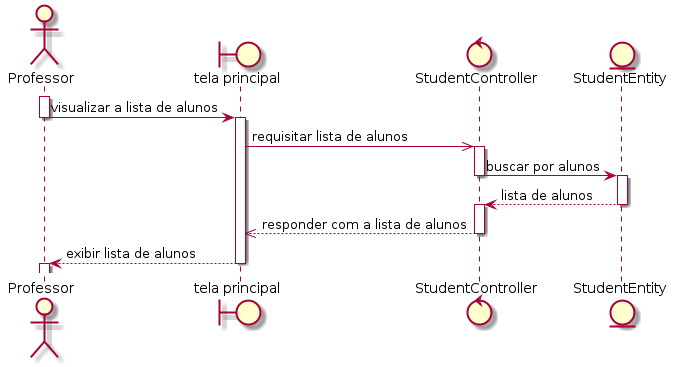
rodrigoRolim/CAdiagrams keeps this PlantUML diagram as out/sequence/professor/professor.viewallstudents/professor.viewallstudents.png. Above is the earlier version.
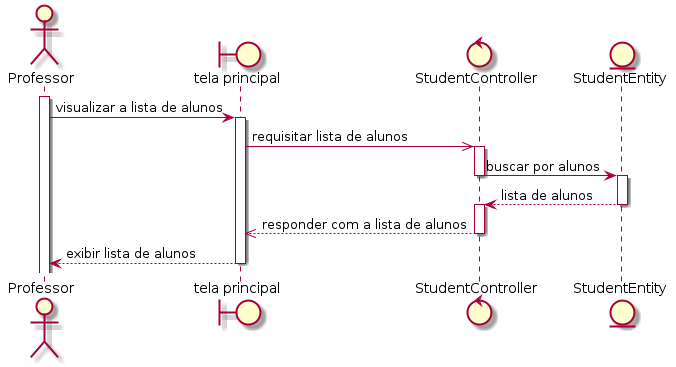
After the change.

Diff of the diagram source:
```diff
@@ -5,7 +5,6 @@
 entity StudentEntity
 activate Professor
 Professor -> home: visualizar a lista de alunos
-deactivate Professor
 activate home
 home ->> StudentController: requisitar lista de alunos
 activate StudentController
@@ -19,5 +18,4 @@
 deactivate StudentController
 home --> Professor: exibir lista de alunos
 deactivate home
-activate Professor
 @enduml
```
